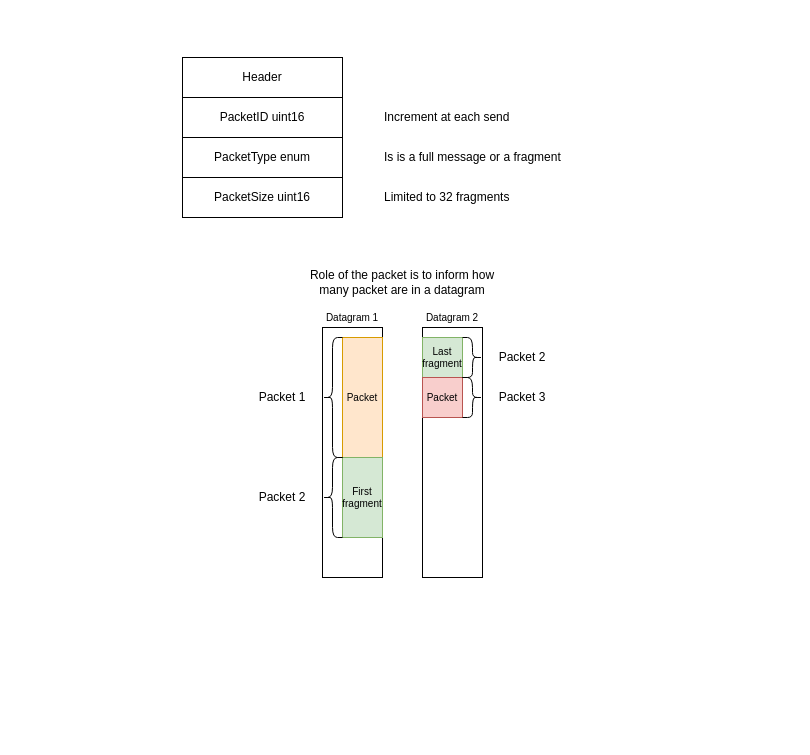
This is page "Packet" (4 of 6) of znetdiagram.drawio from Etiennef3D/Znet-c-, a draw.io file, before an edit. Source tidied: cells renumbered, new cells numbered last; positions are measured from the earlier drawing's top-left corner, leaving out a move shared by most shapes. Both pictures are drawn from the tidied source at 100%, with x=0, y=0 at pixel (182, 57).
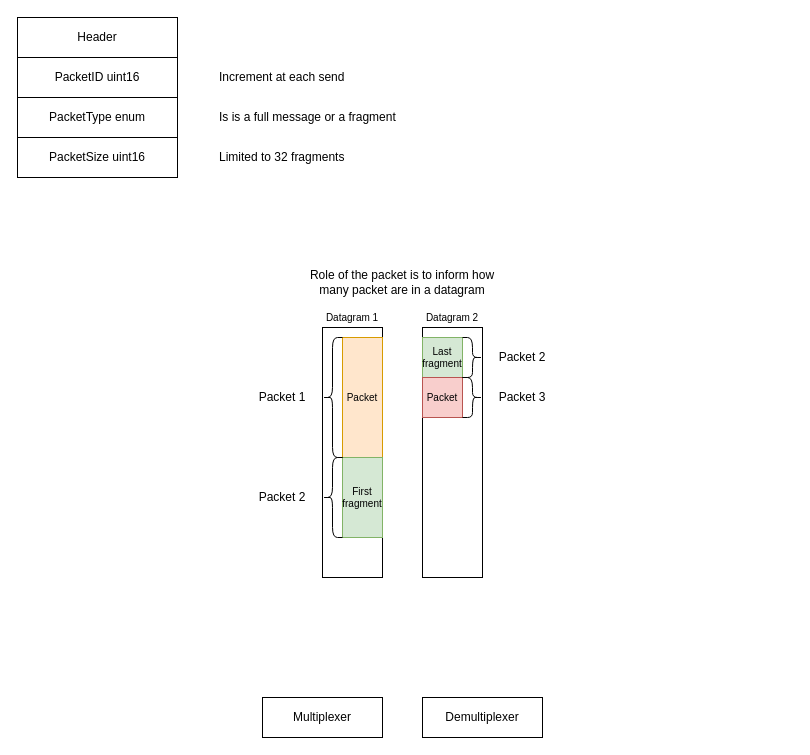
The same diagram, later.

What changed in the source:
```diff
@@
     <mxCell id="4" value="Header" style="rounded=0;whiteSpace=wrap;html=1;" parent="1" vertex="1">
-      <mxGeometry width="160" height="40" as="geometry" />
+      <mxGeometry x="-165" y="-40" width="160" height="40" as="geometry" />
     </mxCell>
     <mxCell id="5" value="PacketID uint16" style="rounded=0;whiteSpace=wrap;html=1;" parent="1" vertex="1">
-      <mxGeometry y="40" width="160" height="40" as="geometry" />
+      <mxGeometry x="-165" width="160" height="40" as="geometry" />
     </mxCell>
     <mxCell id="6" value="PacketType enum" style="rounded=0;whiteSpace=wrap;html=1;" parent="1" vertex="1">
-      <mxGeometry y="80" width="160" height="40" as="geometry" />
+      <mxGeometry x="-165" y="40" width="160" height="40" as="geometry" />
     </mxCell>
     <mxCell id="7" value="PacketSize uint16" style="rounded=0;whiteSpace=wrap;html=1;" parent="1" vertex="1">
-      <mxGeometry y="120" width="160" height="40" as="geometry" />
+      <mxGeometry x="-165" y="80" width="160" height="40" as="geometry" />
     </mxCell>
     <mxCell id="8" value="Increment at each send" style="text;html=1;strokeColor=none;fillColor=none;align=left;verticalAlign=middle;whiteSpace=wrap;rounded=0;" parent="1" vertex="1">
-      <mxGeometry x="200" y="40" width="410" height="40" as="geometry" />
+      <mxGeometry x="35" width="410" height="40" as="geometry" />
     </mxCell>
     <mxCell id="9" value="Is is a full message or a fragment" style="text;html=1;strokeColor=none;fillColor=none;align=left;verticalAlign=middle;whiteSpace=wrap;rounded=0;" parent="1" vertex="1">
-      <mxGeometry x="200" y="80" width="410" height="40" as="geometry" />
+      <mxGeometry x="35" y="40" width="410" height="40" as="geometry" />
     </mxCell>
     <mxCell id="10" value="Limited to 32 fragments" style="text;html=1;strokeColor=none;fillColor=none;align=left;verticalAlign=middle;whiteSpace=wrap;rounded=0;" parent="1" vertex="1">
-      <mxGeometry x="200" y="120" width="410" height="40" as="geometry" />
+      <mxGeometry x="35" y="80" width="410" height="40" as="geometry" />
     </mxCell>
@@
+    <mxCell id="30" value="Multiplexer" style="rounded=0;whiteSpace=wrap;html=1;" parent="1" vertex="1">
+      <mxGeometry x="80" y="640" width="120" height="40" as="geometry" />
+    </mxCell>
+    <mxCell id="31" value="Demultiplexer" style="rounded=0;whiteSpace=wrap;html=1;" parent="1" vertex="1">
+      <mxGeometry x="240" y="640" width="120" height="40" as="geometry" />
+    </mxCell>
```
